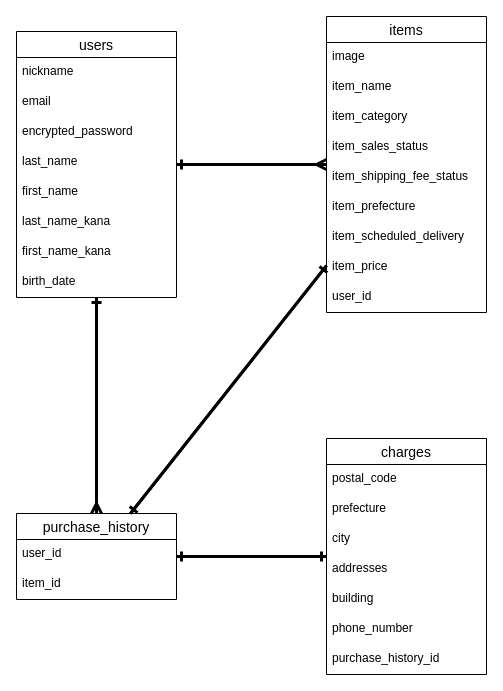
Earlier version of the draw.io diagram furima.dio (yw6870/furima-32560). Source tidied: cells renumbered, new cells numbered last; positions are measured from the earlier drawing's top-left corner, leaving out a move shared by most shapes. Both pictures are drawn from the tidied source at 100%, with x=0, y=0 at pixel (16, 16).
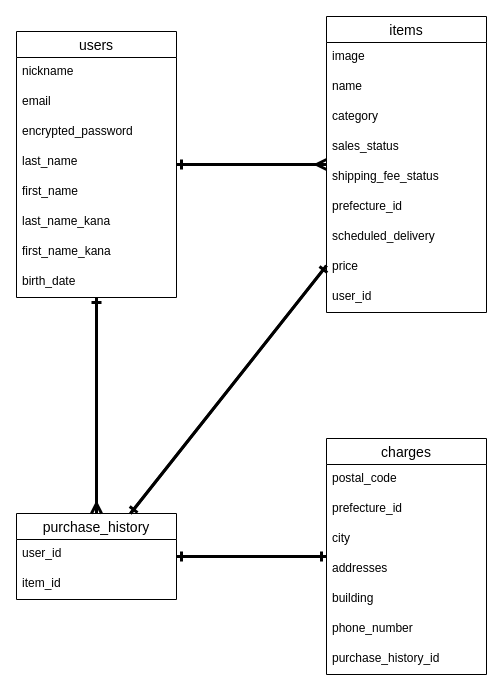
Above is the later version.

The change refers to these unchanged cells:
```xml
<mxCell id="11" value="items" style="swimlane;fontStyle=0;horizontal=1;startSize=26;align=center;fontSize=14;" parent="1" vertex="1">
  <mxGeometry x="310" width="160" height="296" as="geometry" />
</mxCell>
<mxCell id="21" value="charges" style="swimlane;fontStyle=0;horizontal=1;startSize=26;align=center;fontSize=14;" parent="1" vertex="1">
  <mxGeometry x="310" y="422" width="160" height="236" as="geometry" />
</mxCell>
```

Change to the diagram source:
```diff
@@
-    <mxCell id="13" value="item_name" style="text;strokeColor=none;fillColor=none;spacingLeft=4;spacingRight=4;overflow=hidden;fontSize=12;" parent="11" vertex="1">
+    <mxCell id="13" value="name" style="text;strokeColor=none;fillColor=none;spacingLeft=4;spacingRight=4;overflow=hidden;fontSize=12;" parent="11" vertex="1">
       <mxGeometry y="56" width="160" height="30" as="geometry" />
     </mxCell>
-    <mxCell id="14" value="item_category" style="text;strokeColor=none;fillColor=none;spacingLeft=4;spacingRight=4;overflow=hidden;fontSize=12;" parent="11" vertex="1">
+    <mxCell id="14" value="category" style="text;strokeColor=none;fillColor=none;spacingLeft=4;spacingRight=4;overflow=hidden;fontSize=12;" parent="11" vertex="1">
       <mxGeometry y="86" width="160" height="30" as="geometry" />
     </mxCell>
-    <mxCell id="15" value="item_sales_status" style="text;strokeColor=none;fillColor=none;spacingLeft=4;spacingRight=4;overflow=hidden;fontSize=12;" parent="11" vertex="1">
+    <mxCell id="15" value="sales_status" style="text;strokeColor=none;fillColor=none;spacingLeft=4;spacingRight=4;overflow=hidden;fontSize=12;" parent="11" vertex="1">
       <mxGeometry y="116" width="160" height="30" as="geometry" />
     </mxCell>
-    <mxCell id="16" value="item_shipping_fee_status" style="text;strokeColor=none;fillColor=none;spacingLeft=4;spacingRight=4;overflow=hidden;fontSize=12;" parent="11" vertex="1">
+    <mxCell id="16" value="shipping_fee_status" style="text;strokeColor=none;fillColor=none;spacingLeft=4;spacingRight=4;overflow=hidden;fontSize=12;" parent="11" vertex="1">
       <mxGeometry y="146" width="160" height="30" as="geometry" />
     </mxCell>
-    <mxCell id="17" value="item_prefecture" style="text;strokeColor=none;fillColor=none;spacingLeft=4;spacingRight=4;overflow=hidden;fontSize=12;" parent="11" vertex="1">
+    <mxCell id="17" value="prefecture_id" style="text;strokeColor=none;fillColor=none;spacingLeft=4;spacingRight=4;overflow=hidden;fontSize=12;" parent="11" vertex="1">
       <mxGeometry y="176" width="160" height="30" as="geometry" />
     </mxCell>
-    <mxCell id="18" value="item_scheduled_delivery" style="text;strokeColor=none;fillColor=none;spacingLeft=4;spacingRight=4;overflow=hidden;fontSize=12;" parent="11" vertex="1">
+    <mxCell id="18" value="scheduled_delivery" style="text;strokeColor=none;fillColor=none;spacingLeft=4;spacingRight=4;overflow=hidden;fontSize=12;" parent="11" vertex="1">
       <mxGeometry y="206" width="160" height="30" as="geometry" />
     </mxCell>
-    <mxCell id="19" value="item_price" style="text;strokeColor=none;fillColor=none;spacingLeft=4;spacingRight=4;overflow=hidden;fontSize=12;" parent="11" vertex="1">
+    <mxCell id="19" value="price" style="text;strokeColor=none;fillColor=none;spacingLeft=4;spacingRight=4;overflow=hidden;fontSize=12;" parent="11" vertex="1">
       <mxGeometry y="236" width="160" height="30" as="geometry" />
     </mxCell>
@@
-    <mxCell id="23" value="prefecture" style="text;strokeColor=none;fillColor=none;spacingLeft=4;spacingRight=4;overflow=hidden;fontSize=12;" parent="21" vertex="1">
+    <mxCell id="23" value="prefecture_id" style="text;strokeColor=none;fillColor=none;spacingLeft=4;spacingRight=4;overflow=hidden;fontSize=12;" parent="21" vertex="1">
       <mxGeometry y="56" width="160" height="30" as="geometry" />
     </mxCell>
```
